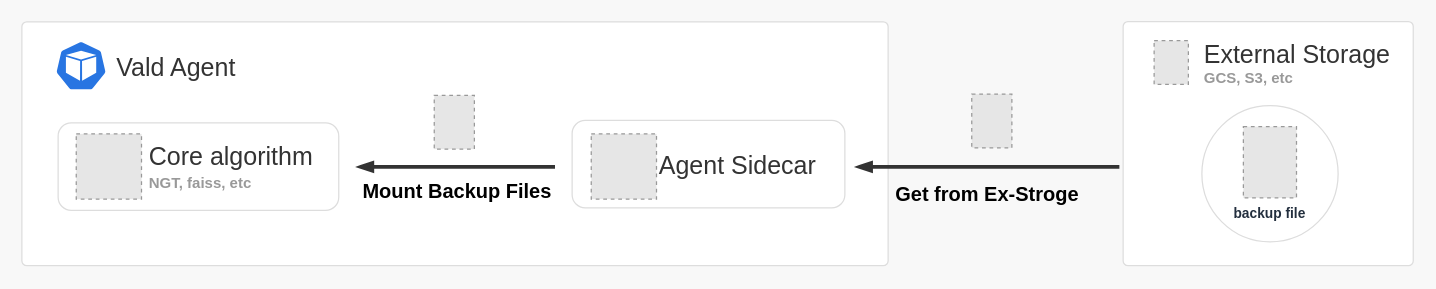
Earlier version of the draw.io diagram page "sidecar_restore" (3 of 4) of assets/docs/overview/component/agent/agent.drawio (vdaas/vald). Source tidied: cells renumbered, new cells numbered last; positions are measured from the earlier drawing's top-left corner, leaving out a move shared by most shapes. Both pictures are drawn from the tidied source at 125%, with x=0, y=0 at pixel (21, 21). Pictures stored in the file or linked from it are replaced by grey dashed boxes.
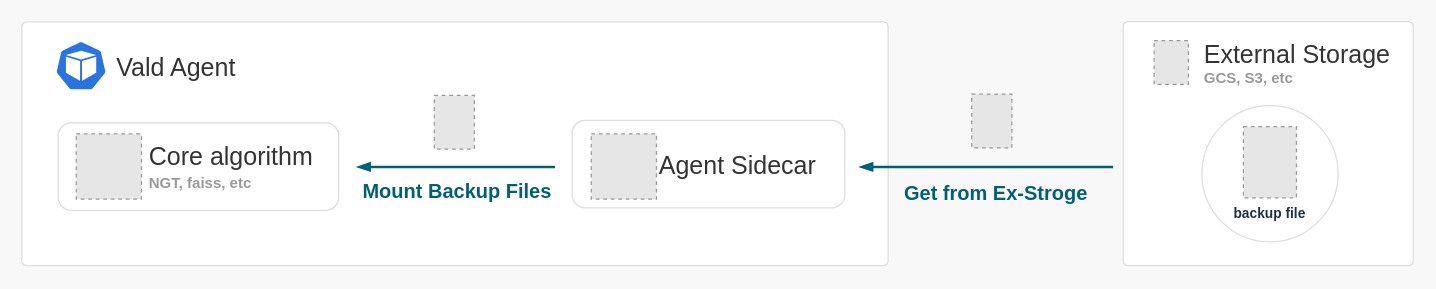
The same page after the edit.

The edit, as a diff of the source:
```diff
@@
-    <mxCell id="4" value="Get from Ex-Stroge" style="text;html=1;align=center;verticalAlign=middle;strokeColor=none;fillColor=none;fontSize=16;shadow=0;fontStyle=1;" parent="1" vertex="1">
-      <mxGeometry x="689.9" y="122.8" width="165" height="31" as="geometry" />
+    <mxCell id="4" value="&lt;font color=&quot;#006076&quot;&gt;Get from Ex-Stroge&lt;/font&gt;" style="text;html=1;align=center;verticalAlign=middle;strokeColor=none;fillColor=none;fontSize=16;shadow=0;fontStyle=1;" parent="1" vertex="1">
+      <mxGeometry x="696" y="121.8" width="165" height="31" as="geometry" />
     </mxCell>
-    <mxCell id="5" value="Mount Backup Files" style="text;html=1;align=center;verticalAlign=middle;strokeColor=none;fillColor=none;fontSize=16;shadow=0;fontStyle=1;" parent="1" vertex="1">
+    <mxCell id="5" value="&lt;font color=&quot;#006076&quot;&gt;Mount Backup Files&lt;/font&gt;" style="text;html=1;align=center;verticalAlign=middle;strokeColor=none;fillColor=none;fontSize=16;shadow=0;fontStyle=1;" parent="1" vertex="1">
       <mxGeometry x="263.5" y="119.8" width="169" height="31" as="geometry" />
     </mxCell>
@@
-    <mxCell id="13" style="endArrow=none;html=1;rounded=0;fontColor=none;strokeWidth=3;endFill=0;strokeColor=#333333;startArrow=blockThin;startFill=1;" parent="1" edge="1">
+    <mxCell id="13" style="endArrow=none;html=1;rounded=0;fontColor=none;strokeWidth=2;endFill=0;strokeColor=#006076;startArrow=blockThin;startFill=1;" parent="1" edge="1">
       <mxGeometry relative="1" as="geometry">
         <mxPoint x="268" y="116" as="sourcePoint" />
         <mxPoint x="426.5" y="116" as="targetPoint" />
       </mxGeometry>
     </mxCell>
@@
-    <mxCell id="17" style="endArrow=none;html=1;rounded=0;fontColor=none;strokeWidth=3;endFill=0;strokeColor=#333333;startArrow=blockThin;startFill=1;" parent="1" edge="1">
+    <mxCell id="17" style="endArrow=none;html=1;rounded=0;fontColor=none;strokeWidth=2;endFill=0;strokeColor=#006076;startArrow=blockThin;startFill=1;" parent="1" edge="1">
       <mxGeometry relative="1" as="geometry">
-        <mxPoint x="667" y="116" as="sourcePoint" />
-        <mxPoint x="878" y="116" as="targetPoint" />
+        <mxPoint x="670" y="116" as="sourcePoint" />
+        <mxPoint x="873" y="116" as="targetPoint" />
       </mxGeometry>
     </mxCell>
```
